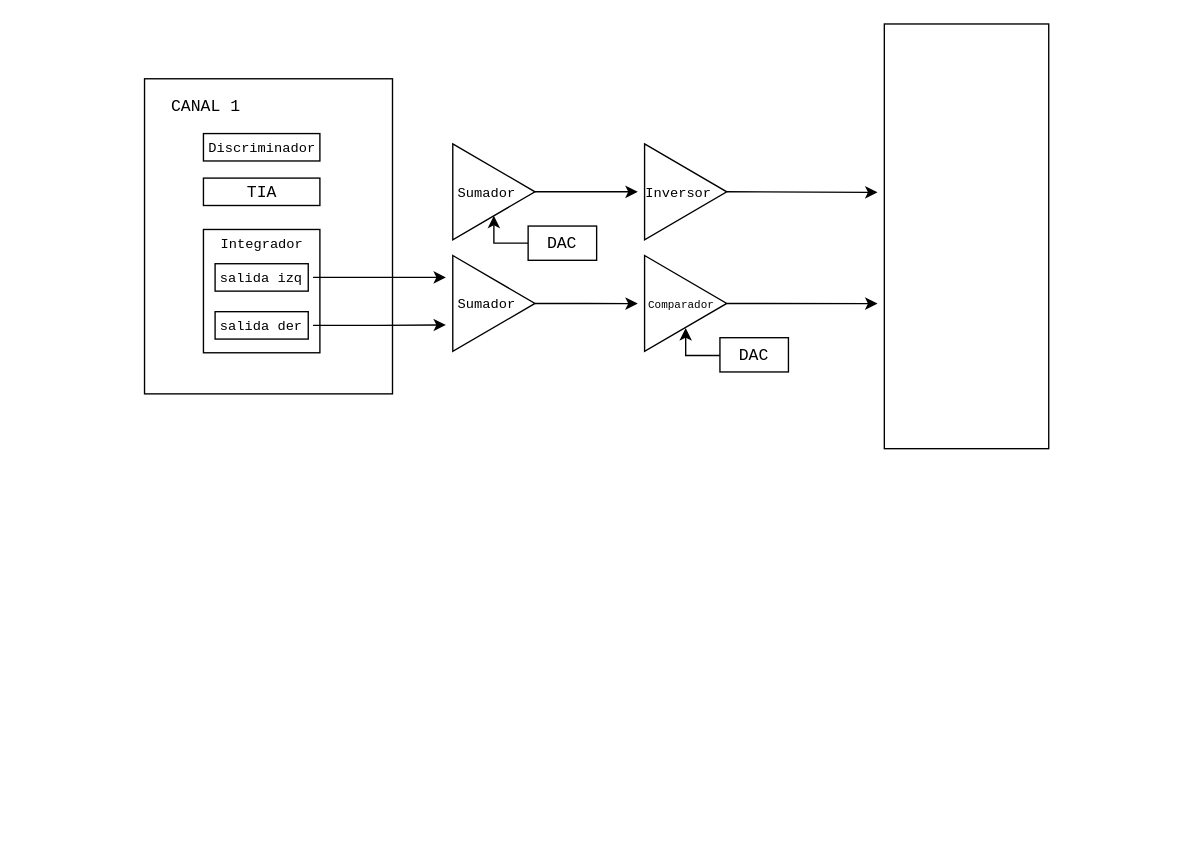
Earlier version of the draw.io diagram page "Page-2" (2 of 3) of Diagrams/OverView.drawio (HALxmont/ChipVerification). Source tidied: cells renumbered, new cells numbered last; positions are measured from the earlier drawing's top-left corner, leaving out a move shared by most shapes. Both pictures are drawn from the tidied source at 137%, with x=0, y=0 at pixel (144, 23).
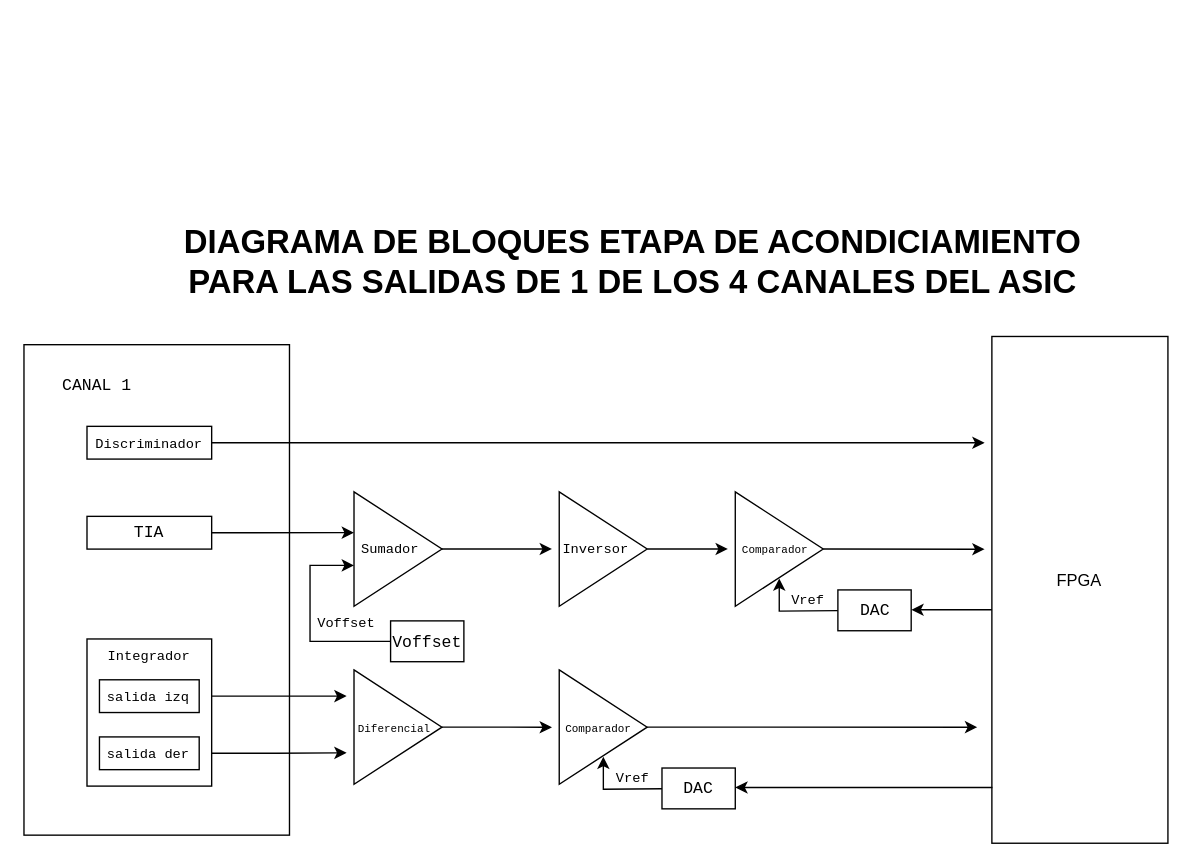
The same diagram, later.

What changed in the source:
```diff
@@
     <mxCell id="2" style="rounded=0;whiteSpace=wrap;html=1;" parent="1" vertex="1">
-      <mxGeometry y="40" width="181" height="230" as="geometry" />
+      <mxGeometry x="-88" y="234.1" width="193.8" height="358" as="geometry" />
     </mxCell>
     <mxCell id="3" value="&lt;font face=&quot;Courier New&quot;&gt;CANAL 1&lt;br&gt;&lt;/font&gt;" style="text;html=1;strokeColor=none;fillColor=none;align=center;verticalAlign=middle;whiteSpace=wrap;rounded=0;" parent="1" vertex="1">
-      <mxGeometry x="10" y="50" width="70" height="20" as="geometry" />
+      <mxGeometry x="-71.9" y="252" width="74.9" height="23.9" as="geometry" />
     </mxCell>
+    <mxCell id="35" style="edgeStyle=elbowEdgeStyle;rounded=0;jettySize=auto;html=1;exitX=1;exitY=0.5;exitDx=0;exitDy=0;" parent="1" edge="1" source="4">
+      <mxGeometry x="132" y="163" as="geometry">
+        <mxPoint x="613.2" y="305.7" as="targetPoint" />
+      </mxGeometry>
+    </mxCell>
     <mxCell id="4" style="rounded=0;whiteSpace=wrap;html=1;" parent="1" vertex="1">
-      <mxGeometry x="43" y="80" width="85" height="20" as="geometry" />
+      <mxGeometry x="-42" y="293.7" width="91" height="23.9" as="geometry" />
     </mxCell>
+    <mxCell id="36" style="edgeStyle=none;rounded=0;jettySize=auto;html=1;exitX=1;exitY=0.5;exitDx=0;exitDy=0;entryX=0;entryY=0.5;entryDx=0;entryDy=0;" parent="1" edge="1" source="5">
+      <mxGeometry x="132" y="163" as="geometry">
+        <mxPoint x="152.9" y="371.3" as="targetPoint" />
+      </mxGeometry>
+    </mxCell>
     <mxCell id="5" style="rounded=0;whiteSpace=wrap;html=1;" parent="1" vertex="1">
-      <mxGeometry x="43" y="112.5" width="85" height="20" as="geometry" />
+      <mxGeometry x="-42" y="359.4" width="91" height="23.9" as="geometry" />
     </mxCell>
-    <mxCell id="6" style="rounded=0;whiteSpace=wrap;html=1;" parent="1" vertex="1">
-      <mxGeometry x="43" y="150" width="85" height="90" as="geometry" />
-    </mxCell>
     <mxCell id="7" value="&lt;font style=&quot;font-size: 10px&quot; face=&quot;Courier New&quot;&gt;Discriminador&lt;/font&gt;" style="text;html=1;strokeColor=none;fillColor=none;align=center;verticalAlign=middle;whiteSpace=wrap;rounded=0;" parent="1" vertex="1">
-      <mxGeometry x="65.5" y="80" width="40" height="20" as="geometry" />
+      <mxGeometry x="-17.9" y="293.7" width="42.8" height="23.9" as="geometry" />
     </mxCell>
-    <mxCell id="8" value="&lt;font style=&quot;font-size: 10px&quot; face=&quot;Courier New&quot;&gt;Integrador&lt;/font&gt;" style="text;html=1;strokeColor=none;fillColor=none;align=center;verticalAlign=middle;whiteSpace=wrap;rounded=0;" parent="1" vertex="1">
-      <mxGeometry x="65.5" y="150" width="40" height="20" as="geometry" />
-    </mxCell>
     <mxCell id="9" value="&lt;font face=&quot;Courier New&quot;&gt;TIA&lt;/font&gt;" style="text;html=1;strokeColor=none;fillColor=none;align=center;verticalAlign=middle;whiteSpace=wrap;rounded=0;" parent="1" vertex="1">
-      <mxGeometry x="65.5" y="112.5" width="40" height="20" as="geometry" />
+      <mxGeometry x="-17.9" y="359.4" width="42.8" height="23.9" as="geometry" />
     </mxCell>
-    <mxCell id="10" style="rounded=0;whiteSpace=wrap;html=1;" parent="1" vertex="1">
-      <mxGeometry x="51.5" y="175" width="68" height="20" as="geometry" />
-    </mxCell>
-    <mxCell id="11" style="rounded=0;whiteSpace=wrap;html=1;" parent="1" vertex="1">
-      <mxGeometry x="51.5" y="210" width="68" height="20" as="geometry" />
-    </mxCell>
     <mxCell id="12" style="edgeStyle=elbowEdgeStyle;rounded=0;jettySize=auto;html=1;exitX=1;exitY=0.5;exitDx=0;exitDy=0;" parent="1" edge="1" source="13">
-      <mxGeometry relative="1" as="geometry">
-        <mxPoint x="220" y="185" as="targetPoint" />
+      <mxGeometry x="132" y="163" as="geometry">
+        <mxPoint x="147.5" y="490.6" as="targetPoint" />
       </mxGeometry>
     </mxCell>
-    <mxCell id="13" value="&lt;font style=&quot;font-size: 10px&quot; face=&quot;Courier New&quot;&gt;salida izq&lt;br&gt;&lt;/font&gt;" style="text;html=1;strokeColor=none;fillColor=none;align=center;verticalAlign=middle;whiteSpace=wrap;rounded=0;" parent="1" vertex="1">
-      <mxGeometry x="48" y="175" width="75" height="20" as="geometry" />
-    </mxCell>
     <mxCell id="14" style="edgeStyle=elbowEdgeStyle;rounded=0;jettySize=auto;html=1;exitX=1;exitY=0.5;exitDx=0;exitDy=0;" parent="1" edge="1" source="15">
-      <mxGeometry relative="1" as="geometry">
-        <mxPoint x="220" y="219.7" as="targetPoint" />
+      <mxGeometry x="132" y="163" as="geometry">
+        <mxPoint x="147.5" y="532" as="targetPoint" />
       </mxGeometry>
     </mxCell>
-    <mxCell id="15" value="&lt;font style=&quot;font-size: 10px&quot; face=&quot;Courier New&quot;&gt;salida der&lt;br&gt;&lt;/font&gt;" style="text;html=1;strokeColor=none;fillColor=none;align=center;verticalAlign=middle;whiteSpace=wrap;rounded=0;" parent="1" vertex="1">
-      <mxGeometry x="48" y="210" width="75" height="20" as="geometry" />
-    </mxCell>
     <mxCell id="16" style="edgeStyle=elbowEdgeStyle;rounded=0;jettySize=auto;html=1;exitX=1;exitY=0.5;exitDx=0;exitDy=0;" parent="1" edge="1" source="17">
-      <mxGeometry relative="1" as="geometry">
-        <mxPoint x="360" y="204.1" as="targetPoint" />
+      <mxGeometry x="132" y="163" as="geometry">
+        <mxPoint x="297.4" y="513.4" as="targetPoint" />
       </mxGeometry>
     </mxCell>
     <mxCell id="17" style="triangle;whiteSpace=wrap;html=1;" parent="1" vertex="1">
-      <mxGeometry x="225" y="169" width="60" height="70" as="geometry" />
+      <mxGeometry x="152.9" y="471.5" width="64.2" height="83.5" as="geometry" />
     </mxCell>
     <mxCell id="18" style="edgeStyle=none;rounded=0;jettySize=auto;html=1;exitX=1;exitY=0.5;exitDx=0;exitDy=0;" parent="1" edge="1" source="19">
-      <mxGeometry relative="1" as="geometry">
-        <mxPoint x="535" y="204.1" as="targetPoint" />
+      <mxGeometry x="132" y="163" as="geometry">
+        <mxPoint x="607.8" y="513.3" as="targetPoint" />
       </mxGeometry>
     </mxCell>
     <mxCell id="19" style="triangle;whiteSpace=wrap;html=1;" parent="1" vertex="1">
-      <mxGeometry x="365" y="169" width="60" height="70" as="geometry" />
+      <mxGeometry x="302.7" y="471.5" width="64.2" height="83.5" as="geometry" />
     </mxCell>
     <mxCell id="20" style="rounded=0;whiteSpace=wrap;html=1;" parent="1" vertex="1">
-      <mxGeometry x="540" width="120" height="310" as="geometry" />
+      <mxGeometry x="618.5" y="228.1" width="128.5" height="369.9" as="geometry" />
     </mxCell>
-    <mxCell id="21" style="edgeStyle=none;rounded=0;jettySize=auto;html=1;exitX=1;exitY=0.5;exitDx=0;exitDy=0;" parent="1" edge="1" source="22">
-      <mxGeometry relative="1" as="geometry">
-        <mxPoint x="360" y="122.5" as="targetPoint" />
+    <mxCell id="21" style="edgeStyle=none;rounded=0;orthogonalLoop=1;jettySize=auto;html=1;exitX=1;exitY=0.5;exitDx=0;exitDy=0;" parent="1" edge="1">
+      <mxGeometry x="132" y="163" as="geometry">
+        <mxPoint x="217.1" y="383.2" as="sourcePoint" />
+        <mxPoint x="297.4" y="383.2" as="targetPoint" />
       </mxGeometry>
     </mxCell>
     <mxCell id="22" style="triangle;whiteSpace=wrap;html=1;" parent="1" vertex="1">
-      <mxGeometry x="225" y="87.5" width="60" height="70" as="geometry" />
+      <mxGeometry x="152.9" y="341.5" width="64.2" height="83.5" as="geometry" />
     </mxCell>
-    <mxCell id="23" style="edgeStyle=none;rounded=0;jettySize=auto;html=1;exitX=0;exitY=0.5;exitDx=0;exitDy=0;entryX=0.5;entryY=1;entryDx=0;entryDy=0;" parent="1" edge="1" source="24" target="22">
-      <mxGeometry relative="1" as="geometry">
-        <Array as="points">
-          <mxPoint x="255" y="160" />
-        </Array>
-      </mxGeometry>
-    </mxCell>
-    <mxCell id="24" style="rounded=0;whiteSpace=wrap;html=1;" parent="1" vertex="1">
-      <mxGeometry x="280" y="147.5" width="50" height="25" as="geometry" />
-    </mxCell>
-    <mxCell id="25" style="edgeStyle=none;rounded=0;jettySize=auto;html=1;exitX=1;exitY=0.5;exitDx=0;exitDy=0;" parent="1" edge="1" source="26">
-      <mxGeometry relative="1" as="geometry">
-        <mxPoint x="535" y="122.9" as="targetPoint" />
+    <mxCell id="25" style="edgeStyle=none;rounded=0;orthogonalLoop=1;jettySize=auto;html=1;exitX=1;exitY=0.5;exitDx=0;exitDy=0;" parent="1" edge="1">
+      <mxGeometry x="132" y="163" as="geometry">
+        <mxPoint x="367" y="383.2" as="sourcePoint" />
+        <mxPoint x="425.8" y="383.2" as="targetPoint" />
       </mxGeometry>
     </mxCell>
     <mxCell id="26" style="triangle;whiteSpace=wrap;html=1;" parent="1" vertex="1">
-      <mxGeometry x="365" y="87.5" width="60" height="70" as="geometry" />
+      <mxGeometry x="302.7" y="341.5" width="64.2" height="83.5" as="geometry" />
     </mxCell>
     <mxCell id="27" value="&lt;font style=&quot;font-size: 10px&quot; face=&quot;Courier New&quot;&gt;Sumador&lt;/font&gt;" style="text;html=1;strokeColor=none;fillColor=none;align=center;verticalAlign=middle;whiteSpace=wrap;rounded=0;" parent="1" vertex="1">
-      <mxGeometry x="230" y="112.5" width="40" height="20" as="geometry" />
+      <mxGeometry x="158.2" y="371.3" width="42.8" height="23.9" as="geometry" />
     </mxCell>
     <mxCell id="28" value="&lt;font style=&quot;font-size: 10px&quot; face=&quot;Courier New&quot;&gt;Inversor&lt;/font&gt;" style="text;html=1;strokeColor=none;fillColor=none;align=center;verticalAlign=middle;whiteSpace=wrap;rounded=0;" parent="1" vertex="1">
-      <mxGeometry x="370" y="112.5" width="40" height="20" as="geometry" />
+      <mxGeometry x="308.1" y="371.3" width="42.8" height="23.9" as="geometry" />
     </mxCell>
-    <mxCell id="29" value="&lt;font style=&quot;font-size: 10px&quot; face=&quot;Courier New&quot;&gt;Sumador&lt;/font&gt;" style="text;html=1;strokeColor=none;fillColor=none;align=center;verticalAlign=middle;whiteSpace=wrap;rounded=0;" parent="1" vertex="1">
-      <mxGeometry x="230" y="194" width="40" height="20" as="geometry" />
+    <mxCell id="29" value="&lt;font style=&quot;font-size: 8px&quot; face=&quot;Courier New&quot;&gt;Diferencial&lt;/font&gt;" style="text;html=1;strokeColor=none;fillColor=none;align=center;verticalAlign=middle;whiteSpace=wrap;rounded=0;" parent="1" vertex="1">
+      <mxGeometry x="160.6" y="501.4" width="42.8" height="23.9" as="geometry" />
     </mxCell>
-    <mxCell id="30" value="&lt;font face=&quot;Courier New&quot;&gt;DAC&lt;/font&gt;" style="text;html=1;strokeColor=none;fillColor=none;align=center;verticalAlign=middle;whiteSpace=wrap;rounded=0;" parent="1" vertex="1">
-      <mxGeometry x="285" y="150" width="40" height="20" as="geometry" />
-    </mxCell>
+    <mxCell id="37" style="edgeStyle=elbowEdgeStyle;rounded=0;jettySize=auto;html=1;exitX=0;exitY=0.5;exitDx=0;exitDy=0;" parent="1" edge="1" source="30">
+      <mxGeometry x="132" y="163" as="geometry">
+        <mxPoint x="152.9" y="395.2" as="targetPoint" />
+        <Array as="points">
+          <mxPoint x="120.8" y="425" />
+        </Array>
+      </mxGeometry>
+    </mxCell>
-    <mxCell id="31" style="edgeStyle=none;rounded=0;orthogonalLoop=1;jettySize=auto;html=1;exitX=0;exitY=0.5;exitDx=0;exitDy=0;entryX=0.5;entryY=1;entryDx=0;entryDy=0;" parent="1" edge="1">
-      <mxGeometry relative="1" as="geometry">
-        <mxPoint x="420" y="242" as="sourcePoint" />
-        <mxPoint x="395" y="222" as="targetPoint" />
+    <mxCell id="31" style="edgeStyle=none;rounded=0;jettySize=auto;html=1;entryX=0.5;entryY=1;entryDx=0;entryDy=0;" parent="1" edge="1" source="32">
+      <mxGeometry x="132" y="163" as="geometry">
+        <mxPoint x="334.9" y="534.8" as="targetPoint" />
         <Array as="points">
-          <mxPoint x="395" y="242" />
+          <mxPoint x="334.9" y="558.6" />
         </Array>
       </mxGeometry>
     </mxCell>
     <mxCell id="32" style="rounded=0;whiteSpace=wrap;html=1;" parent="1" vertex="1">
-      <mxGeometry x="420" y="229" width="50" height="25" as="geometry" />
+      <mxGeometry x="377.7" y="543.1" width="53.5" height="29.8" as="geometry" />
     </mxCell>
     <mxCell id="33" value="&lt;font face=&quot;Courier New&quot;&gt;DAC&lt;/font&gt;" style="text;html=1;strokeColor=none;fillColor=none;align=center;verticalAlign=middle;whiteSpace=wrap;rounded=0;" parent="1" vertex="1">
-      <mxGeometry x="425" y="231.5" width="40" height="20" as="geometry" />
+      <mxGeometry x="383" y="546.1" width="42.8" height="23.9" as="geometry" />
     </mxCell>
     <mxCell id="34" value="&lt;font style=&quot;font-size: 8px&quot; face=&quot;Courier New&quot;&gt;Comparador&lt;/font&gt;" style="text;html=1;strokeColor=none;fillColor=none;align=center;verticalAlign=middle;whiteSpace=wrap;rounded=0;" parent="1" vertex="1">
-      <mxGeometry x="372" y="194" width="40" height="20" as="geometry" />
+      <mxGeometry x="310.2" y="501.4" width="42.8" height="23.9" as="geometry" />
     </mxCell>
+    <mxCell id="24" style="rounded=0;whiteSpace=wrap;html=1;" parent="1" vertex="1">
+      <mxGeometry x="179.6" y="435.7" width="53.5" height="29.8" as="geometry" />
+    </mxCell>
+    <mxCell id="30" value="&lt;font face=&quot;Courier New&quot;&gt;Voffset&lt;/font&gt;" style="text;html=1;strokeColor=none;fillColor=none;align=center;verticalAlign=middle;whiteSpace=wrap;rounded=0;" parent="1" vertex="1">
+      <mxGeometry x="185" y="438.7" width="42.8" height="23.9" as="geometry" />
+    </mxCell>
+    <mxCell id="38" value="&lt;font style=&quot;font-size: 10px&quot; face=&quot;Courier New&quot;&gt;Voffset&lt;/font&gt;" style="text;html=1;strokeColor=none;fillColor=none;align=center;verticalAlign=middle;whiteSpace=wrap;rounded=0;" parent="1" vertex="1">
+      <mxGeometry x="126.1" y="425" width="42.8" height="23.9" as="geometry" />
+    </mxCell>
+    <mxCell id="39" value="&lt;font style=&quot;font-size: 10px&quot; face=&quot;Courier New&quot;&gt;Vref&lt;/font&gt;" style="text;html=1;strokeColor=none;fillColor=none;align=center;verticalAlign=middle;whiteSpace=wrap;rounded=0;" parent="1" vertex="1">
+      <mxGeometry x="334.9" y="538.3" width="42.8" height="23.9" as="geometry" />
+    </mxCell>
+    <mxCell id="40" value="FPGA" style="text;html=1;strokeColor=none;fillColor=none;align=center;verticalAlign=middle;whiteSpace=wrap;rounded=0;" parent="1" vertex="1">
+      <mxGeometry x="661.4" y="395.2" width="42.8" height="23.9" as="geometry" />
+    </mxCell>
+    <mxCell id="41" style="edgeStyle=none;rounded=0;jettySize=auto;html=1;exitX=1;exitY=0.5;exitDx=0;exitDy=0;" parent="1" edge="1" source="42">
+      <mxGeometry x="132" y="163" as="geometry">
+        <mxPoint x="613.2" y="383.4" as="targetPoint" />
+      </mxGeometry>
+    </mxCell>
+    <mxCell id="42" style="triangle;whiteSpace=wrap;html=1;" parent="1" vertex="1">
+      <mxGeometry x="431.2" y="341.5" width="64.2" height="83.5" as="geometry" />
+    </mxCell>
+    <mxCell id="43" style="edgeStyle=none;rounded=0;jettySize=auto;html=1;entryX=0.5;entryY=1;entryDx=0;entryDy=0;" parent="1" edge="1" source="44">
+      <mxGeometry x="132" y="163" as="geometry">
+        <mxPoint x="463.3" y="404.7" as="targetPoint" />
+        <Array as="points">
+          <mxPoint x="463.3" y="428.6" />
+        </Array>
+      </mxGeometry>
+    </mxCell>
+    <mxCell id="44" style="rounded=0;whiteSpace=wrap;html=1;" parent="1" vertex="1">
+      <mxGeometry x="506.1" y="413.1" width="53.5" height="29.8" as="geometry" />
+    </mxCell>
+    <mxCell id="45" value="&lt;font face=&quot;Courier New&quot;&gt;DAC&lt;/font&gt;" style="text;html=1;strokeColor=none;fillColor=none;align=center;verticalAlign=middle;whiteSpace=wrap;rounded=0;" parent="1" vertex="1">
+      <mxGeometry x="511.5" y="416" width="42.8" height="23.9" as="geometry" />
+    </mxCell>
+    <mxCell id="46" value="&lt;font style=&quot;font-size: 8px&quot; face=&quot;Courier New&quot;&gt;Comparador&lt;/font&gt;" style="text;html=1;strokeColor=none;fillColor=none;align=center;verticalAlign=middle;whiteSpace=wrap;rounded=0;" parent="1" vertex="1">
+      <mxGeometry x="438.7" y="371.3" width="42.8" height="23.9" as="geometry" />
+    </mxCell>
+    <mxCell id="47" value="&lt;font style=&quot;font-size: 10px&quot; face=&quot;Courier New&quot;&gt;Vref&lt;/font&gt;" style="text;html=1;strokeColor=none;fillColor=none;align=center;verticalAlign=middle;whiteSpace=wrap;rounded=0;" parent="1" vertex="1">
+      <mxGeometry x="463.3" y="408.3" width="42.8" height="23.9" as="geometry" />
+    </mxCell>
+    <mxCell id="6" style="rounded=0;whiteSpace=wrap;html=1;" parent="1" vertex="1">
+      <mxGeometry x="-42" y="448.9" width="91" height="107.4" as="geometry" />
+    </mxCell>
+    <mxCell id="8" value="&lt;font style=&quot;font-size: 10px&quot; face=&quot;Courier New&quot;&gt;Integrador&lt;/font&gt;" style="text;html=1;strokeColor=none;fillColor=none;align=center;verticalAlign=middle;whiteSpace=wrap;rounded=0;" parent="1" vertex="1">
+      <mxGeometry x="-17.9" y="448.9" width="42.8" height="23.9" as="geometry" />
+    </mxCell>
+    <mxCell id="10" style="rounded=0;whiteSpace=wrap;html=1;" parent="1" vertex="1">
+      <mxGeometry x="-32.9" y="478.7" width="72.8" height="23.9" as="geometry" />
+    </mxCell>
+    <mxCell id="11" style="rounded=0;whiteSpace=wrap;html=1;" parent="1" vertex="1">
+      <mxGeometry x="-32.9" y="520.4" width="72.8" height="23.9" as="geometry" />
+    </mxCell>
+    <mxCell id="13" value="&lt;font style=&quot;font-size: 10px&quot; face=&quot;Courier New&quot;&gt;salida izq&lt;br&gt;&lt;/font&gt;" style="text;html=1;strokeColor=none;fillColor=none;align=center;verticalAlign=middle;whiteSpace=wrap;rounded=0;" parent="1" vertex="1">
+      <mxGeometry x="-36.6" y="478.7" width="80.3" height="23.9" as="geometry" />
+    </mxCell>
+    <mxCell id="15" value="&lt;font style=&quot;font-size: 10px&quot; face=&quot;Courier New&quot;&gt;salida der&lt;br&gt;&lt;/font&gt;" style="text;html=1;strokeColor=none;fillColor=none;align=center;verticalAlign=middle;whiteSpace=wrap;rounded=0;" parent="1" vertex="1">
+      <mxGeometry x="-36.6" y="520.4" width="80.3" height="23.9" as="geometry" />
+    </mxCell>
+    <mxCell id="48" style="endArrow=classic;html=1;rounded=0;" parent="1" edge="1">
+      <mxGeometry x="132" y="163" as="geometry">
+        <mxPoint x="618.5" y="427.6" as="sourcePoint" />
+        <mxPoint x="559.7" y="427.6" as="targetPoint" />
+        <Array as="points">
+          <mxPoint x="586.4" y="427.6" />
+        </Array>
+      </mxGeometry>
+    </mxCell>
+    <mxCell id="49" style="endArrow=classic;html=1;rounded=0;exitX=0.003;exitY=0.89;exitDx=0;exitDy=0;exitPerimeter=0;" parent="1" edge="1" source="20">
+      <mxGeometry x="132" y="163" as="geometry">
+        <mxPoint x="431.2" y="557.3" as="targetPoint" />
+      </mxGeometry>
+    </mxCell>
+    <mxCell id="50" value="&lt;div align=&quot;center&quot;&gt;&lt;div&gt;&lt;h1&gt;DIAGRAMA DE BLOQUES ETAPA DE ACONDICIAMIENTO PARA LAS SALIDAS DE 1 DE LOS 4 CANALES DEL ASIC&lt;br&gt;&lt;/h1&gt;&lt;/div&gt;&lt;/div&gt;" style="text;html=1;strokeColor=none;fillColor=none;align=center;verticalAlign=middle;whiteSpace=wrap;rounded=0;" parent="1" vertex="1">
+      <mxGeometry x="22" y="73" width="668.5" height="202.8" as="geometry" />
+    </mxCell>
```
